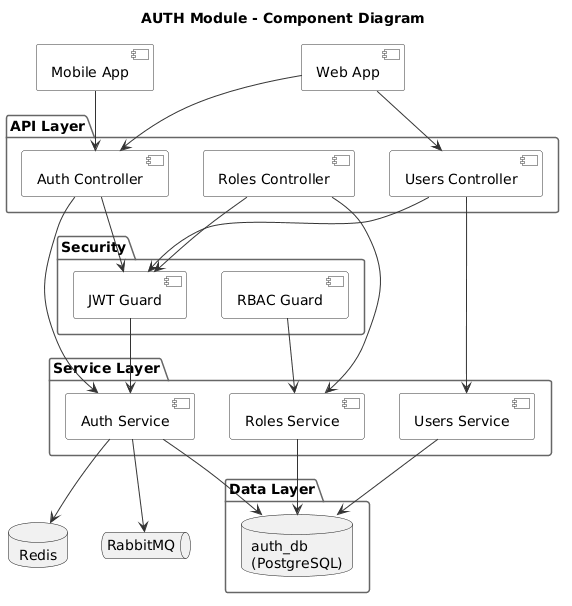
Above: modules/dist/auth/images/component/component-diagram.png in namnh240795/document (PlantUML), before the change. The source it was exported from:
```plantuml
@startuml

skinparam component {
  BackgroundColor #FFFFFF
  BorderColor #333333
  ArrowColor #333333
}

skinparam package {
  BackgroundColor #FFFFFF
  BorderColor #666666
}

title AUTH Module - Component Diagram

component "Web App" as web
component "Mobile App" as mobile

package "API Layer" {
  component "Auth Controller" as authCtrl
  component "Users Controller" as usersCtrl
  component "Roles Controller" as rolesCtrl
}

package "Service Layer" {
  component "Auth Service" as authSvc
  component "Users Service" as usersSvc
  component "Roles Service" as rolesSvc
}

package "Security" {
  component "JWT Guard" as jwtGuard
  component "RBAC Guard" as rbacGuard
}

package "Data Layer" {
  database "auth_db\n(PostgreSQL)" as db
}

queue "RabbitMQ" as mq
database "Redis" as redis

web --> authCtrl
mobile --> authCtrl
web --> usersCtrl

authCtrl --> jwtGuard
usersCtrl --> jwtGuard
rolesCtrl --> jwtGuard

jwtGuard --> authSvc
rbacGuard --> rolesSvc

authCtrl --> authSvc
usersCtrl --> usersSvc
rolesCtrl --> rolesSvc

authSvc --> db
usersSvc --> db
rolesSvc --> db

authSvc --> mq
authSvc --> redis

@enduml
```
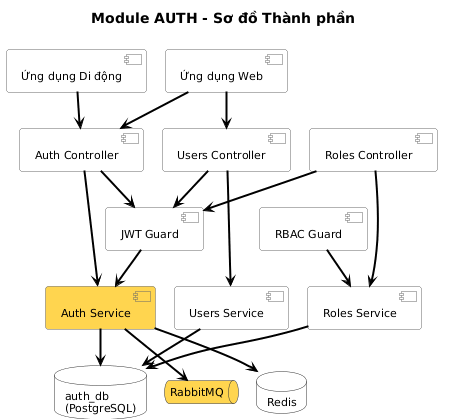
Above is the later version.

Diff of the diagram source:
```diff
@@ -1,65 +1,94 @@
 @startuml
+
+!pragma layout smetana
+top to bottom direction
+
+skinparam defaultFontName "Arial"
+skinparam defaultFontSize 12
+
+skinparam nodesep 40
+skinparam ranksep 50
 
 skinparam component {
   BackgroundColor #FFFFFF
-  BorderColor #333333
-  ArrowColor #333333
+  BorderColor #666666
+  FontSize 11
+  FontColor #000000
+  RoundCorner 6
 }
 
-skinparam package {
+skinparam database {
   BackgroundColor #FFFFFF
-  BorderColor #666666
+  BorderColor #333333
+  FontSize 11
+  FontColor #000000
 }
 
-title AUTH Module - Component Diagram
-
-component "Web App" as web
-component "Mobile App" as mobile
-
-package "API Layer" {
-  component "Auth Controller" as authCtrl
-  component "Users Controller" as usersCtrl
-  component "Roles Controller" as rolesCtrl
+skinparam queue {
+  BackgroundColor #FFFFFF
+  BorderColor #333333
+  FontSize 11
+  FontColor #000000
 }
 
-package "Service Layer" {
-  component "Auth Service" as authSvc
-  component "Users Service" as usersSvc
-  component "Roles Service" as rolesSvc
+skinparam arrow {
+  Color #000000
+  Thickness 2
 }
 
-package "Security" {
-  component "JWT Guard" as jwtGuard
-  component "RBAC Guard" as rbacGuard
-}
+skinparam linetype polyline
 
-package "Data Layer" {
-  database "auth_db\n(PostgreSQL)" as db
-}
+title Module AUTH - Sơ đồ Thành phần
 
-queue "RabbitMQ" as mq
+component "Ứng dụng Web" as web
+component "Ứng dụng Di động" as mobile
+
+component "Auth Controller" as authCtrl
+component "Users Controller" as usersCtrl
+component "Roles Controller" as rolesCtrl
+
+component "Auth Service" as authSvc #FFD54F
+component "Users Service" as usersSvc
+component "Roles Service" as rolesSvc
+
+component "JWT Guard" as jwtGuard
+component "RBAC Guard" as rbacGuard
+
+database "auth_db\n(PostgreSQL)" as db
+queue "RabbitMQ" as mq #FFD54F
 database "Redis" as redis
 
-web --> authCtrl
-mobile --> authCtrl
-web --> usersCtrl
+web -down-> authCtrl
+mobile -down-> authCtrl
+web -down-> usersCtrl
 
-authCtrl --> jwtGuard
-usersCtrl --> jwtGuard
-rolesCtrl --> jwtGuard
+authCtrl -down-> jwtGuard
+usersCtrl -down-> jwtGuard
+rolesCtrl -down-> jwtGuard
 
-jwtGuard --> authSvc
-rbacGuard --> rolesSvc
+jwtGuard -down-> authSvc
+rbacGuard -down-> rolesSvc
 
-authCtrl --> authSvc
-usersCtrl --> usersSvc
-rolesCtrl --> rolesSvc
+authCtrl -down-> authSvc
+usersCtrl -down-> usersSvc
+rolesCtrl -down-> rolesSvc
 
-authSvc --> db
-usersSvc --> db
-rolesSvc --> db
+authSvc -down-> db
+usersSvc -down-> db
+rolesSvc -down-> db
 
-authSvc --> mq
-authSvc --> redis
+authSvc -down-> mq
+authSvc -down-> redis
+
+authCtrl -[hidden]right-> usersCtrl
+usersCtrl -[hidden]right-> rolesCtrl
+
+authSvc -[hidden]right-> usersSvc
+usersSvc -[hidden]right-> rolesSvc
+
+db -[hidden]right-> mq
+mq -[hidden]right-> redis
+
+redis -[hidden]down-> redis
 
 @enduml
```
